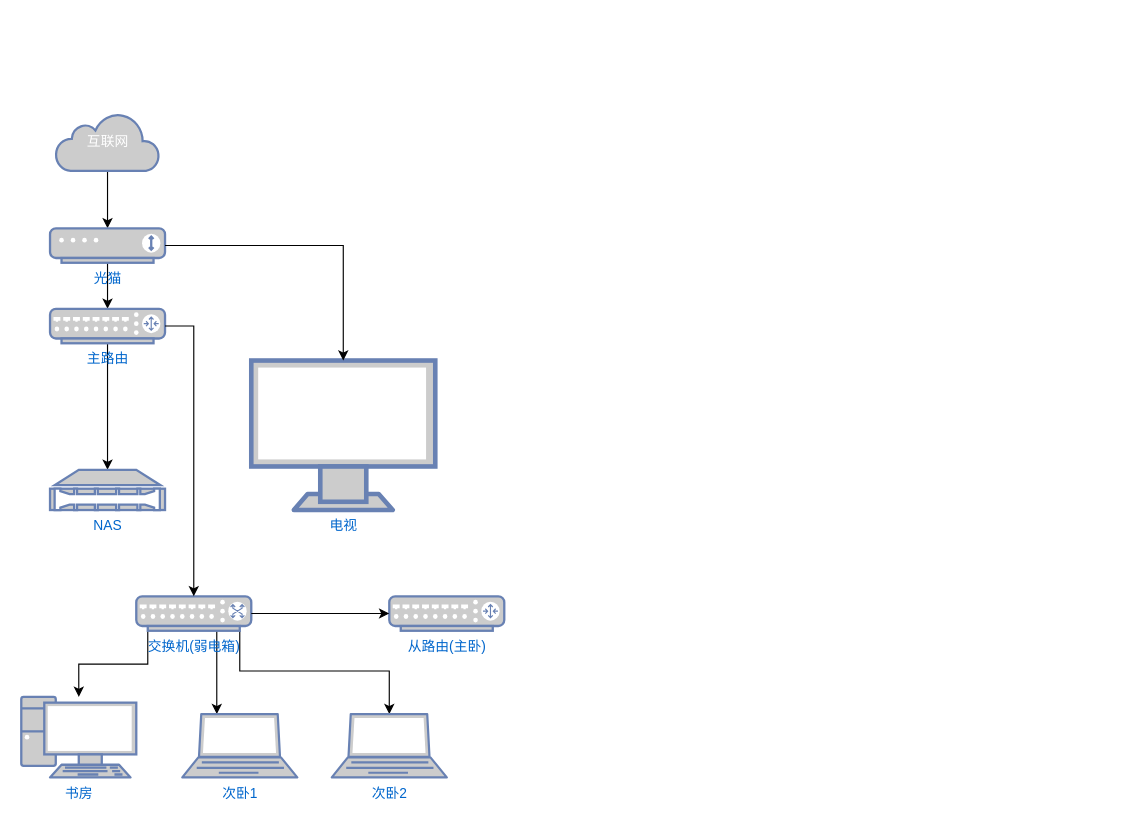
Before: 网络拓扑.drawio in Everboat/MindMap, a draw.io diagram. Source tidied: cells renumbered, new cells numbered last; positions are measured from the earlier drawing's top-left corner, leaving out a move shared by most shapes. Both pictures are drawn from the tidied source at 115%, with x=0, y=0 at pixel (21, 113).
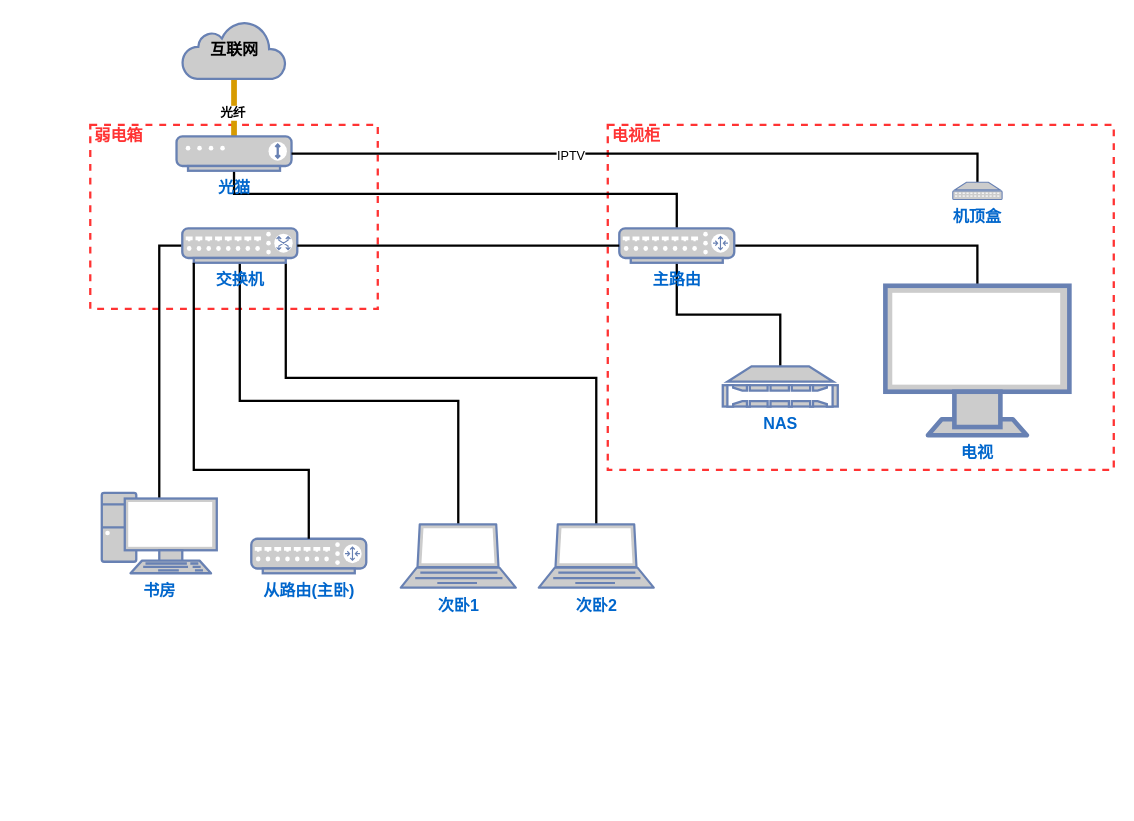
The same diagram, later.

Commit message:
更新网络拓扑.drawio

What changed in the source:
```diff
@@
+    <mxCell id="21" value="电视柜" style="html=1;fontColor=#FF3333;fontStyle=1;align=left;verticalAlign=top;spacing=0;labelBorderColor=none;fillColor=none;dashed=1;strokeWidth=2;strokeColor=#FF3333;spacingLeft=4;spacingTop=-3;fontSize=14;" parent="1" vertex="1">
+      <mxGeometry x="510" y="10" width="440" height="300" as="geometry" />
+    </mxCell>
+    <mxCell id="22" value="弱电箱" style="html=1;fontColor=#FF3333;fontStyle=1;align=left;verticalAlign=top;spacing=0;labelBorderColor=none;fillColor=none;dashed=1;strokeWidth=2;strokeColor=#FF3333;spacingLeft=4;spacingTop=-3;fontSize=14;" parent="1" vertex="1">
+      <mxGeometry x="60" y="10" width="250" height="160" as="geometry" />
+    </mxCell>
-    <mxCell id="2" style="edgeStyle=orthogonalEdgeStyle;rounded=0;jettySize=auto;html=1;" parent="1" edge="1" source="3" target="5">
+    <mxCell id="2" style="edgeStyle=orthogonalEdgeStyle;rounded=0;jettySize=auto;html=1;endArrow=none;endFill=0;fillColor=#ffe6cc;strokeColor=#d79b00;strokeWidth=5;" parent="1" edge="1" source="3" target="5">
       <mxGeometry relative="1" as="geometry" />
     </mxCell>
+    <mxCell id="23" value="光纤" style="edgeLabel;html=1;align=center;verticalAlign=middle;fontStyle=1;" parent="2" vertex="1">
+      <mxGeometry x="0.15" y="-2" relative="1" as="geometry" />
+    </mxCell>
-    <mxCell id="3" value="互联网" style="html=1;outlineConnect=0;fillColor=#CCCCCC;strokeColor=#6881B3;gradientColor=none;gradientDirection=north;strokeWidth=2;shape=mxgraph.networks.cloud;fontColor=#ffffff;" parent="1" vertex="1">
-      <mxGeometry x="30" width="90" height="50" as="geometry" />
+    <mxCell id="3" value="&lt;font color=&quot;#000000&quot; style=&quot;font-size: 14px;&quot;&gt;互联网&lt;/font&gt;" style="html=1;outlineConnect=0;fillColor=#CCCCCC;strokeColor=#6881B3;gradientColor=none;gradientDirection=north;strokeWidth=2;shape=mxgraph.networks.cloud;fontColor=#ffffff;fontSize=14;fontStyle=1;" parent="1" vertex="1">
+      <mxGeometry x="140" y="-80" width="90" height="50" as="geometry" />
     </mxCell>
-    <mxCell id="4" style="edgeStyle=orthogonalEdgeStyle;rounded=0;jettySize=auto;html=1;" parent="1" edge="1" source="5" target="7">
-      <mxGeometry relative="1" as="geometry" />
+    <mxCell id="4" style="edgeStyle=orthogonalEdgeStyle;rounded=0;jettySize=auto;html=1;entryX=0.5;entryY=0;entryDx=0;entryDy=0;entryPerimeter=0;endArrow=none;endFill=0;strokeWidth=2;" parent="1" edge="1" source="5" target="7">
+      <mxGeometry relative="1" as="geometry">
+        <Array as="points">
+          <mxPoint x="185" y="70" />
+          <mxPoint x="570" y="70" />
+        </Array>
+      </mxGeometry>
     </mxCell>
-    <mxCell id="5" value="光猫" style="fontColor=#0066CC;verticalAlign=top;verticalLabelPosition=bottom;labelPosition=center;align=center;html=1;outlineConnect=0;fillColor=#CCCCCC;strokeColor=#6881B3;gradientColor=none;gradientDirection=north;strokeWidth=2;shape=mxgraph.networks.modem;" parent="1" vertex="1">
-      <mxGeometry x="25" y="100" width="100" height="30" as="geometry" />
+    <mxCell id="5" value="光猫" style="fontColor=#0066CC;verticalAlign=top;verticalLabelPosition=bottom;labelPosition=center;align=center;html=1;outlineConnect=0;fillColor=#CCCCCC;strokeColor=#6881B3;gradientColor=none;gradientDirection=north;strokeWidth=2;shape=mxgraph.networks.modem;fontSize=14;fontStyle=1;" parent="1" vertex="1">
+      <mxGeometry x="135" y="20" width="100" height="30" as="geometry" />
     </mxCell>
-    <mxCell id="6" style="edgeStyle=orthogonalEdgeStyle;rounded=0;jettySize=auto;html=1;" parent="1" edge="1" source="7" target="12">
+    <mxCell id="6" style="edgeStyle=orthogonalEdgeStyle;rounded=0;jettySize=auto;html=1;endArrow=none;endFill=0;strokeWidth=2;" parent="1" edge="1" source="7" target="12">
       <mxGeometry relative="1" as="geometry" />
     </mxCell>
+    <mxCell id="24" style="edgeStyle=orthogonalEdgeStyle;rounded=0;jettySize=auto;html=1;endArrow=none;endFill=0;strokeWidth=2;" parent="1" edge="1" source="7" target="16">
+      <mxGeometry relative="1" as="geometry" />
+    </mxCell>
-    <mxCell id="7" value="主路由" style="fontColor=#0066CC;verticalAlign=top;verticalLabelPosition=bottom;labelPosition=center;align=center;html=1;outlineConnect=0;fillColor=#CCCCCC;strokeColor=#6881B3;gradientColor=none;gradientDirection=north;strokeWidth=2;shape=mxgraph.networks.router;" parent="1" vertex="1">
-      <mxGeometry x="25" y="170" width="100" height="30" as="geometry" />
+    <mxCell id="7" value="主路由" style="fontColor=#0066CC;verticalAlign=top;verticalLabelPosition=bottom;labelPosition=center;align=center;html=1;outlineConnect=0;fillColor=#CCCCCC;strokeColor=#6881B3;gradientColor=none;gradientDirection=north;strokeWidth=2;shape=mxgraph.networks.router;fontSize=14;fontStyle=1;" parent="1" vertex="1">
+      <mxGeometry x="520" y="100" width="100" height="30" as="geometry" />
     </mxCell>
-    <mxCell id="8" style="edgeStyle=orthogonalEdgeStyle;rounded=0;jettySize=auto;html=1;" parent="1" edge="1" source="11" target="15">
+    <mxCell id="8" style="edgeStyle=orthogonalEdgeStyle;rounded=0;jettySize=auto;html=1;exitX=0;exitY=0.5;exitDx=0;exitDy=0;exitPerimeter=0;entryX=0.5;entryY=0.07;entryDx=0;entryDy=0;entryPerimeter=0;endArrow=none;endFill=0;strokeWidth=2;" parent="1" edge="1" source="11" target="15">
       <mxGeometry relative="1" as="geometry">
         <Array as="points">
-          <mxPoint x="110" y="479" />
-          <mxPoint x="50" y="479" />
+          <mxPoint x="120" y="115" />
         </Array>
       </mxGeometry>
     </mxCell>
-    <mxCell id="9" style="edgeStyle=orthogonalEdgeStyle;rounded=0;jettySize=auto;html=1;" parent="1" edge="1" source="11" target="13">
+    <mxCell id="9" style="edgeStyle=orthogonalEdgeStyle;rounded=0;jettySize=auto;html=1;exitX=0.5;exitY=1;exitDx=0;exitDy=0;exitPerimeter=0;entryX=0.5;entryY=0;entryDx=0;entryDy=0;entryPerimeter=0;endArrow=none;endFill=0;strokeWidth=2;" parent="1" edge="1" source="11" target="13">
       <mxGeometry relative="1" as="geometry">
         <Array as="points">
-          <mxPoint x="170" y="475" />
-          <mxPoint x="170" y="475" />
+          <mxPoint x="190" y="250" />
+          <mxPoint x="380" y="250" />
         </Array>
       </mxGeometry>
     </mxCell>
-    <mxCell id="10" style="edgeStyle=orthogonalEdgeStyle;rounded=0;jettySize=auto;html=1;" parent="1" edge="1" source="11" target="14">
+    <mxCell id="10" style="edgeStyle=orthogonalEdgeStyle;rounded=0;jettySize=auto;html=1;exitX=0.9;exitY=1;exitDx=0;exitDy=0;exitPerimeter=0;entryX=0.5;entryY=0;entryDx=0;entryDy=0;entryPerimeter=0;endArrow=none;endFill=0;strokeWidth=2;" parent="1" edge="1" source="11" target="14">
       <mxGeometry relative="1" as="geometry">
         <Array as="points">
-          <mxPoint x="190" y="485" />
-          <mxPoint x="320" y="485" />
+          <mxPoint x="230" y="230" />
+          <mxPoint x="500" y="230" />
         </Array>
       </mxGeometry>
     </mxCell>
-    <mxCell id="11" value="交换机(弱电箱)" style="fontColor=#0066CC;verticalAlign=top;verticalLabelPosition=bottom;labelPosition=center;align=center;html=1;outlineConnect=0;fillColor=#CCCCCC;strokeColor=#6881B3;gradientColor=none;gradientDirection=north;strokeWidth=2;shape=mxgraph.networks.switch;" parent="1" vertex="1">
-      <mxGeometry x="100" y="420" width="100" height="30" as="geometry" />
+    <mxCell id="11" value="交换机" style="fontColor=#0066CC;verticalAlign=top;verticalLabelPosition=bottom;labelPosition=center;align=center;html=1;outlineConnect=0;fillColor=#CCCCCC;strokeColor=#6881B3;gradientColor=none;gradientDirection=north;strokeWidth=2;shape=mxgraph.networks.switch;fontSize=14;fontStyle=1;" parent="1" vertex="1">
+      <mxGeometry x="140" y="100" width="100" height="30" as="geometry" />
     </mxCell>
-    <mxCell id="12" value="NAS" style="fontColor=#0066CC;verticalAlign=top;verticalLabelPosition=bottom;labelPosition=center;align=center;html=1;outlineConnect=0;fillColor=#CCCCCC;strokeColor=#6881B3;gradientColor=none;gradientDirection=north;strokeWidth=2;shape=mxgraph.networks.nas_filer;" parent="1" vertex="1">
-      <mxGeometry x="25" y="310" width="100" height="35" as="geometry" />
+    <mxCell id="12" value="NAS" style="fontColor=#0066CC;verticalAlign=top;verticalLabelPosition=bottom;labelPosition=center;align=center;html=1;outlineConnect=0;fillColor=#CCCCCC;strokeColor=#6881B3;gradientColor=none;gradientDirection=north;strokeWidth=2;shape=mxgraph.networks.nas_filer;fontSize=14;fontStyle=1;" parent="1" vertex="1">
+      <mxGeometry x="610" y="220" width="100" height="35" as="geometry" />
     </mxCell>
-    <mxCell id="13" value="次卧1" style="fontColor=#0066CC;verticalAlign=top;verticalLabelPosition=bottom;labelPosition=center;align=center;html=1;outlineConnect=0;fillColor=#CCCCCC;strokeColor=#6881B3;gradientColor=none;gradientDirection=north;strokeWidth=2;shape=mxgraph.networks.laptop;" parent="1" vertex="1">
-      <mxGeometry x="140" y="522.5" width="100" height="55" as="geometry" />
+    <mxCell id="13" value="次卧1" style="fontColor=#0066CC;verticalAlign=top;verticalLabelPosition=bottom;labelPosition=center;align=center;html=1;outlineConnect=0;fillColor=#CCCCCC;strokeColor=#6881B3;gradientColor=none;gradientDirection=north;strokeWidth=2;shape=mxgraph.networks.laptop;fontSize=14;fontStyle=1;" parent="1" vertex="1">
+      <mxGeometry x="330" y="357.5" width="100" height="55" as="geometry" />
     </mxCell>
-    <mxCell id="14" value="次卧2" style="fontColor=#0066CC;verticalAlign=top;verticalLabelPosition=bottom;labelPosition=center;align=center;html=1;outlineConnect=0;fillColor=#CCCCCC;strokeColor=#6881B3;gradientColor=none;gradientDirection=north;strokeWidth=2;shape=mxgraph.networks.laptop;" parent="1" vertex="1">
-      <mxGeometry x="270" y="522.5" width="100" height="55" as="geometry" />
+    <mxCell id="14" value="次卧2" style="fontColor=#0066CC;verticalAlign=top;verticalLabelPosition=bottom;labelPosition=center;align=center;html=1;outlineConnect=0;fillColor=#CCCCCC;strokeColor=#6881B3;gradientColor=none;gradientDirection=north;strokeWidth=2;shape=mxgraph.networks.laptop;fontSize=14;fontStyle=1;" parent="1" vertex="1">
+      <mxGeometry x="450" y="357.5" width="100" height="55" as="geometry" />
     </mxCell>
-    <mxCell id="15" value="书房" style="fontColor=#0066CC;verticalAlign=top;verticalLabelPosition=bottom;labelPosition=center;align=center;html=1;outlineConnect=0;fillColor=#CCCCCC;strokeColor=#6881B3;gradientColor=none;gradientDirection=north;strokeWidth=2;shape=mxgraph.networks.pc;" parent="1" vertex="1">
-      <mxGeometry y="507.5" width="100" height="70" as="geometry" />
+    <mxCell id="15" value="书房" style="fontColor=#0066CC;verticalAlign=top;verticalLabelPosition=bottom;labelPosition=center;align=center;html=1;outlineConnect=0;fillColor=#CCCCCC;strokeColor=#6881B3;gradientColor=none;gradientDirection=north;strokeWidth=2;shape=mxgraph.networks.pc;fontSize=14;fontStyle=1;" parent="1" vertex="1">
+      <mxGeometry x="70" y="330" width="100" height="70" as="geometry" />
     </mxCell>
-    <mxCell id="16" value="电视" style="fontColor=#0066CC;verticalAlign=top;verticalLabelPosition=bottom;labelPosition=center;align=center;html=1;outlineConnect=0;fillColor=#CCCCCC;strokeColor=#6881B3;gradientColor=none;gradientDirection=north;strokeWidth=2;shape=mxgraph.networks.monitor;" parent="1" vertex="1">
-      <mxGeometry x="200" y="215" width="160" height="130" as="geometry" />
+    <mxCell id="16" value="电视" style="fontColor=#0066CC;verticalAlign=top;verticalLabelPosition=bottom;labelPosition=center;align=center;html=1;outlineConnect=0;fillColor=#CCCCCC;strokeColor=#6881B3;gradientColor=none;gradientDirection=north;strokeWidth=2;shape=mxgraph.networks.monitor;fontSize=14;fontStyle=1;" parent="1" vertex="1">
+      <mxGeometry x="751.4" y="150" width="160" height="130" as="geometry" />
     </mxCell>
-    <mxCell id="17" value="从路由(主卧)" style="fontColor=#0066CC;verticalAlign=top;verticalLabelPosition=bottom;labelPosition=center;align=center;html=1;outlineConnect=0;fillColor=#CCCCCC;strokeColor=#6881B3;gradientColor=none;gradientDirection=north;strokeWidth=2;shape=mxgraph.networks.router;" parent="1" vertex="1">
-      <mxGeometry x="320" y="420" width="100" height="30" as="geometry" />
+    <mxCell id="17" value="从路由(主卧)" style="fontColor=#0066CC;verticalAlign=top;verticalLabelPosition=bottom;labelPosition=center;align=center;html=1;outlineConnect=0;fillColor=#CCCCCC;strokeColor=#6881B3;gradientColor=none;gradientDirection=north;strokeWidth=2;shape=mxgraph.networks.router;fontSize=14;fontStyle=1;" parent="1" vertex="1">
+      <mxGeometry x="200" y="370" width="100" height="30" as="geometry" />
     </mxCell>
-    <mxCell id="18" style="edgeStyle=orthogonalEdgeStyle;rounded=0;jettySize=auto;html=1;entryX=0.5;entryY=0;entryDx=0;entryDy=0;entryPerimeter=0;" parent="1" edge="1" source="5" target="16">
+    <mxCell id="18" style="edgeStyle=orthogonalEdgeStyle;rounded=0;jettySize=auto;html=1;entryX=0.5;entryY=0;entryDx=0;entryDy=0;entryPerimeter=0;endArrow=none;endFill=0;strokeWidth=2;" parent="1" edge="1" source="5" target="26">
       <mxGeometry relative="1" as="geometry" />
     </mxCell>
+    <mxCell id="25" value="IPTV" style="edgeLabel;html=1;align=center;verticalAlign=middle;" parent="18" vertex="1">
+      <mxGeometry x="-0.22" y="-1" relative="1" as="geometry" />
+    </mxCell>
-    <mxCell id="19" style="edgeStyle=orthogonalEdgeStyle;rounded=0;jettySize=auto;html=1;entryX=0.5;entryY=0;entryDx=0;entryDy=0;entryPerimeter=0;" parent="1" edge="1" source="7" target="11">
+    <mxCell id="19" style="edgeStyle=orthogonalEdgeStyle;rounded=0;jettySize=auto;html=1;entryX=1;entryY=0.5;entryDx=0;entryDy=0;entryPerimeter=0;exitX=0;exitY=0.5;exitDx=0;exitDy=0;exitPerimeter=0;endArrow=none;endFill=0;strokeWidth=2;" parent="1" edge="1" source="7" target="11">
       <mxGeometry relative="1" as="geometry">
         <Array as="points">
-          <mxPoint x="150" y="185" />
+          <mxPoint x="350" y="115" />
+          <mxPoint x="350" y="115" />
         </Array>
       </mxGeometry>
     </mxCell>
-    <mxCell id="20" style="edgeStyle=orthogonalEdgeStyle;rounded=0;jettySize=auto;html=1;entryX=0;entryY=0.5;entryDx=0;entryDy=0;entryPerimeter=0;" parent="1" edge="1" source="11" target="17">
-      <mxGeometry relative="1" as="geometry" />
+    <mxCell id="20" style="edgeStyle=orthogonalEdgeStyle;rounded=0;jettySize=auto;html=1;entryX=0.5;entryY=0;entryDx=0;entryDy=0;entryPerimeter=0;exitX=0.1;exitY=1;exitDx=0;exitDy=0;exitPerimeter=0;endArrow=none;endFill=0;strokeWidth=2;" parent="1" edge="1" source="11" target="17">
+      <mxGeometry relative="1" as="geometry">
+        <Array as="points">
+          <mxPoint x="150" y="310" />
+          <mxPoint x="250" y="310" />
+        </Array>
+      </mxGeometry>
     </mxCell>
+    <mxCell id="26" value="机顶盒" style="fontColor=#0066CC;verticalAlign=top;verticalLabelPosition=bottom;labelPosition=center;align=center;html=1;outlineConnect=0;fillColor=#CCCCCC;strokeColor=#6881B3;gradientColor=none;gradientDirection=north;strokeWidth=2;shape=mxgraph.networks.patch_panel;fontSize=14;fontStyle=1;" parent="1" vertex="1">
+      <mxGeometry x="810" y="60" width="42.9" height="15" as="geometry" />
+    </mxCell>
```
